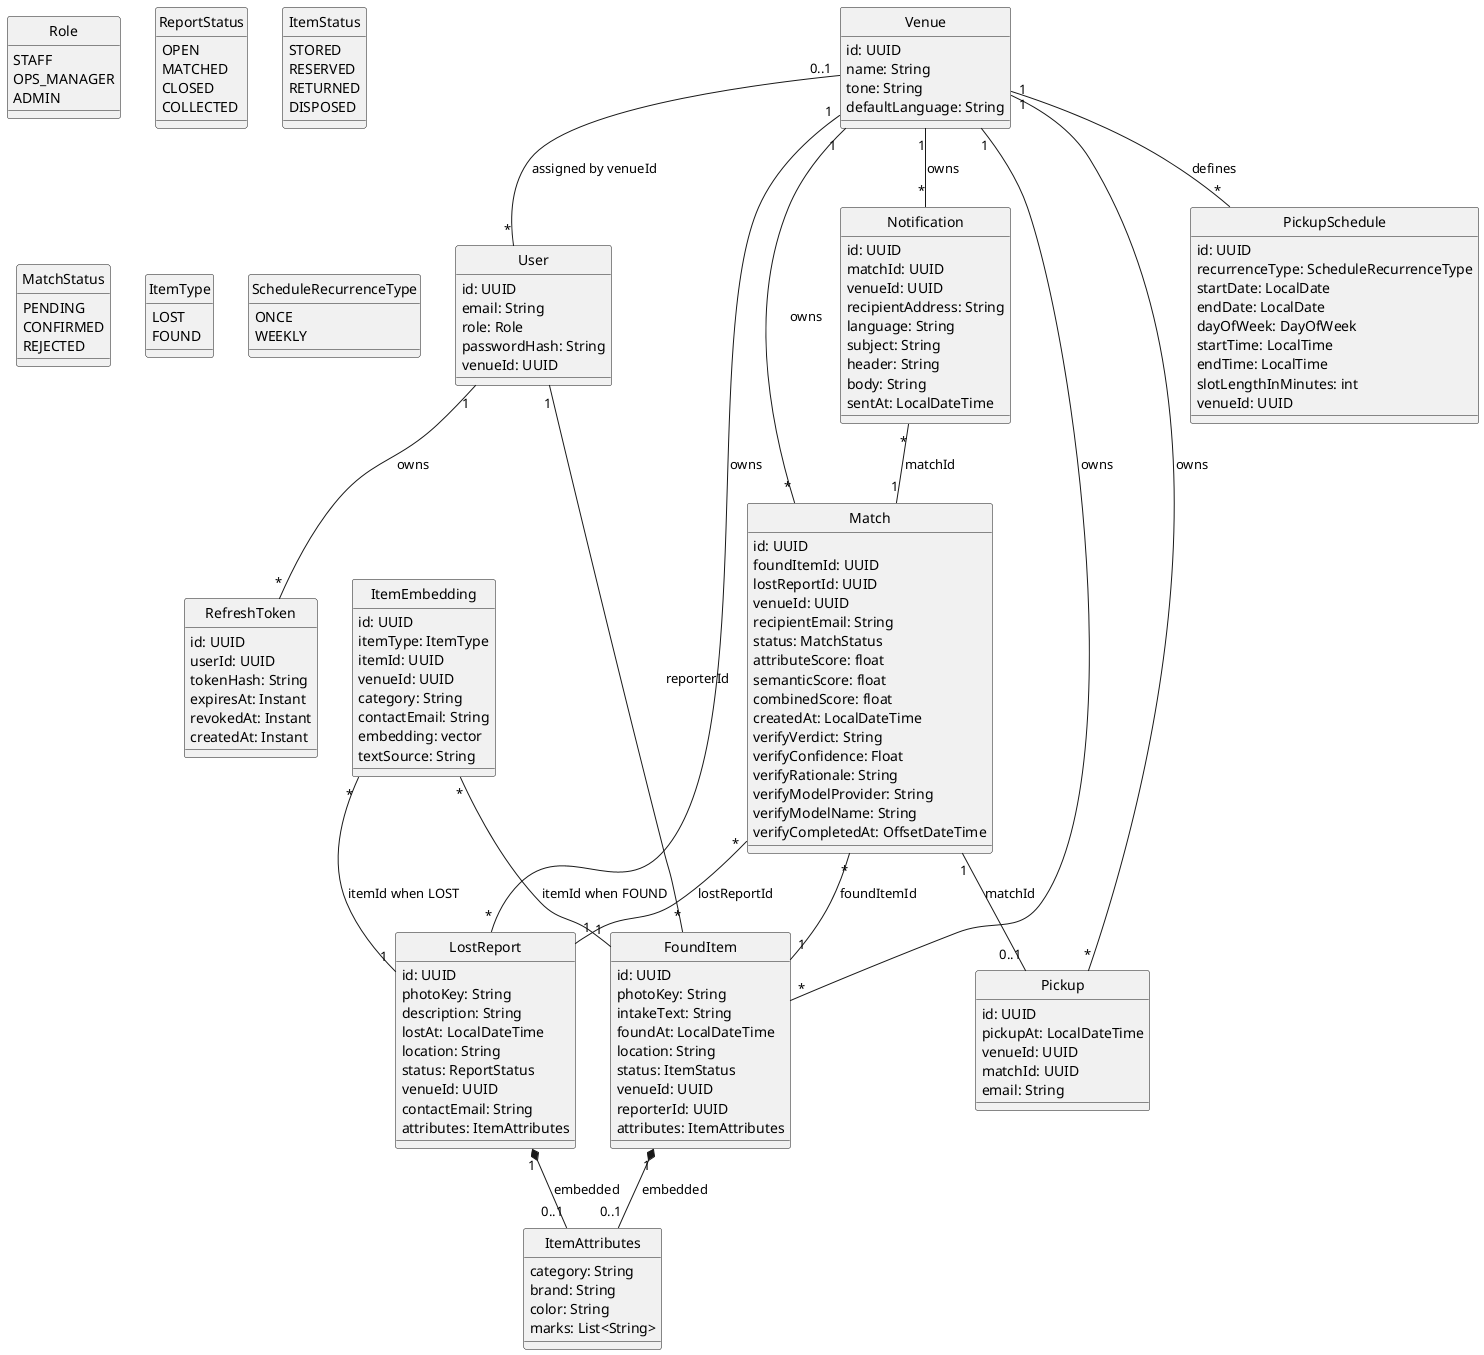
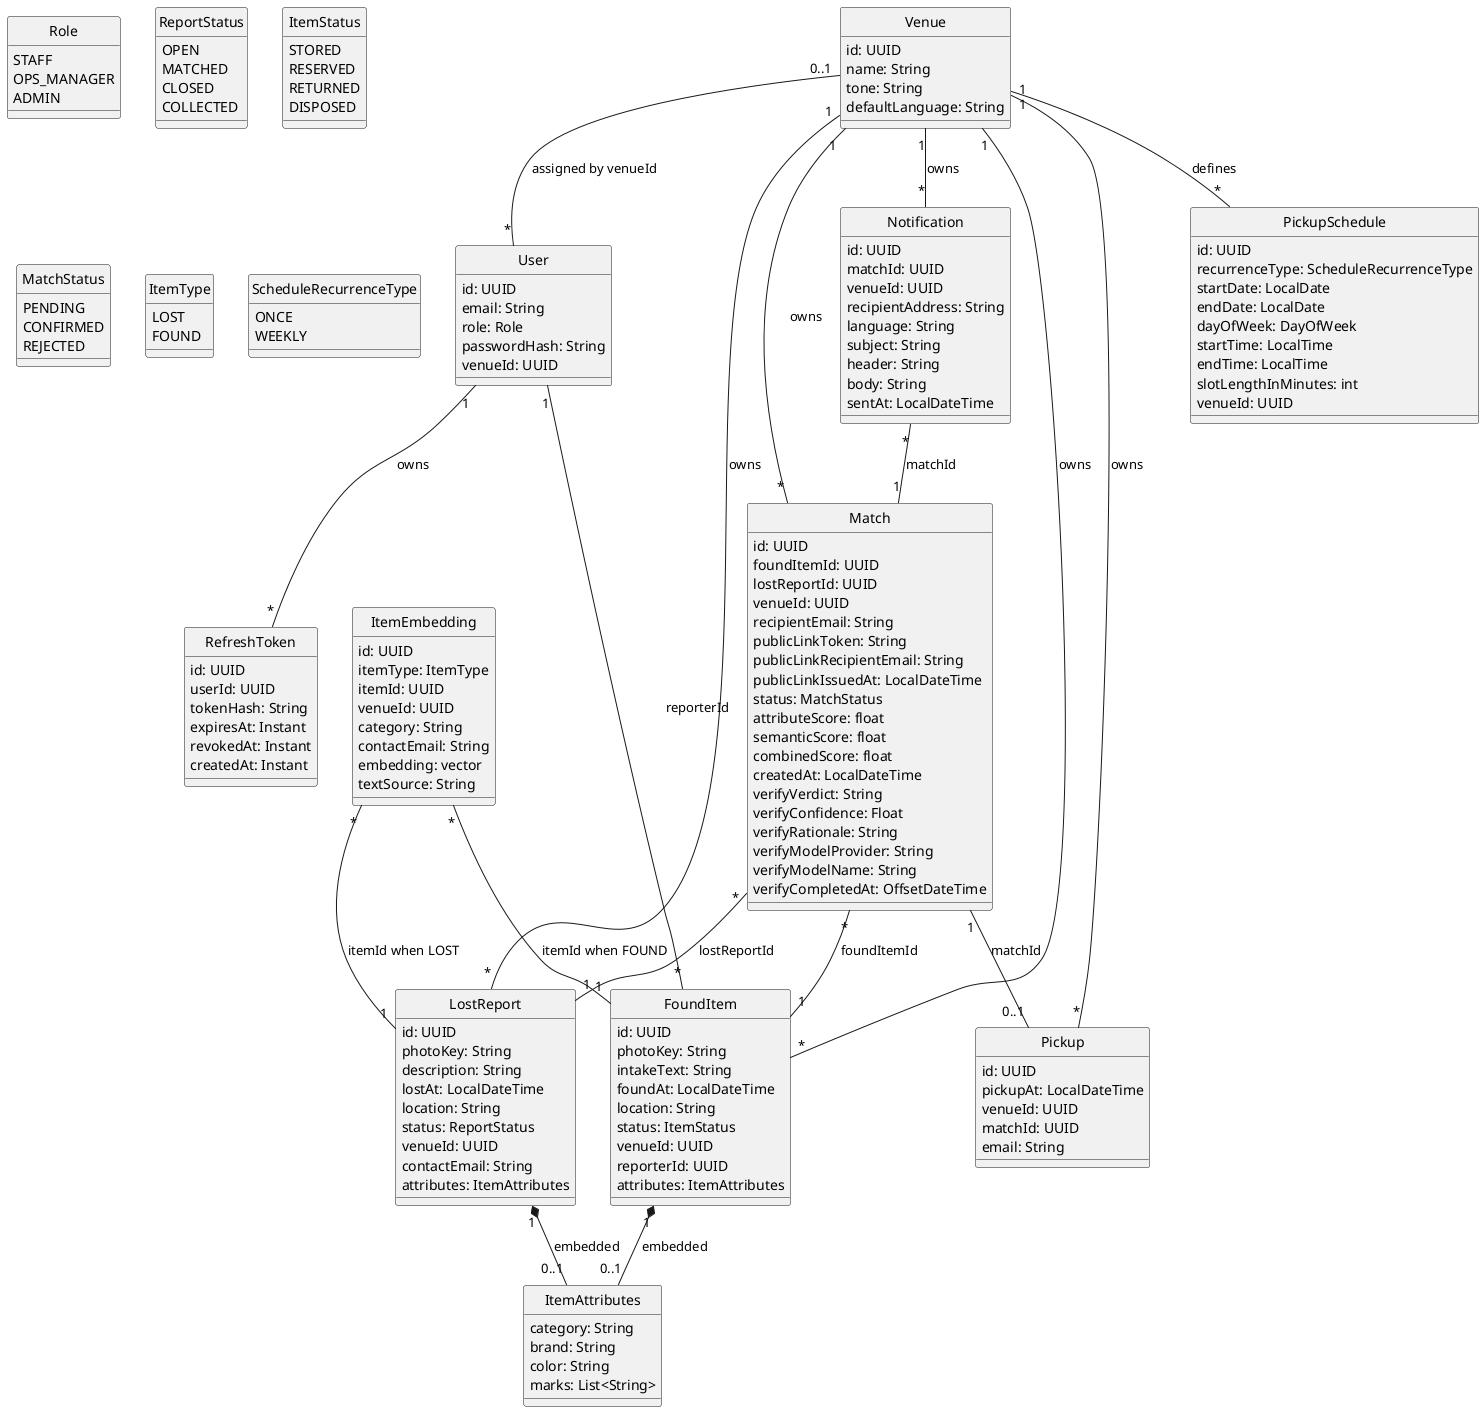
@startuml
skinparam classAttributeIconSize 0
hide circle

enum Role {
  STAFF
  OPS_MANAGER
  ADMIN
}

enum ReportStatus {
  OPEN
  MATCHED
  CLOSED
  COLLECTED
}

enum ItemStatus {
  STORED
  RESERVED
  RETURNED
  DISPOSED
}

enum MatchStatus {
  PENDING
  CONFIRMED
  REJECTED
}

enum ItemType {
  LOST
  FOUND
}

enum ScheduleRecurrenceType {
  ONCE
  WEEKLY
}

class Venue {
  id: UUID
  name: String
  tone: String
  defaultLanguage: String
}

class User {
  id: UUID
  email: String
  role: Role
  passwordHash: String
  venueId: UUID
}

class RefreshToken {
  id: UUID
  userId: UUID
  tokenHash: String
  expiresAt: Instant
  revokedAt: Instant
  createdAt: Instant
}

class ItemAttributes {
  category: String
  brand: String
  color: String
  marks: List<String>
}

class LostReport {
  id: UUID
  photoKey: String
  description: String
  lostAt: LocalDateTime
  location: String
  status: ReportStatus
  venueId: UUID
  contactEmail: String
  attributes: ItemAttributes
}

class FoundItem {
  id: UUID
  photoKey: String
  intakeText: String
  foundAt: LocalDateTime
  location: String
  status: ItemStatus
  venueId: UUID
  reporterId: UUID
  attributes: ItemAttributes
}

class Match {
  id: UUID
  foundItemId: UUID
  lostReportId: UUID
  venueId: UUID
  recipientEmail: String
+   publicLinkToken: String
+   publicLinkRecipientEmail: String
+   publicLinkIssuedAt: LocalDateTime
  status: MatchStatus
  attributeScore: float
  semanticScore: float
  combinedScore: float
  createdAt: LocalDateTime
  verifyVerdict: String
  verifyConfidence: Float
  verifyRationale: String
  verifyModelProvider: String
  verifyModelName: String
  verifyCompletedAt: OffsetDateTime
}

class ItemEmbedding {
  id: UUID
  itemType: ItemType
  itemId: UUID
  venueId: UUID
  category: String
  contactEmail: String
  embedding: vector
  textSource: String
}

class Notification {
  id: UUID
  matchId: UUID
  venueId: UUID
  recipientAddress: String
  language: String
  subject: String
  header: String
  body: String
  sentAt: LocalDateTime
}

class Pickup {
  id: UUID
  pickupAt: LocalDateTime
  venueId: UUID
  matchId: UUID
  email: String
}

class PickupSchedule {
  id: UUID
  recurrenceType: ScheduleRecurrenceType
  startDate: LocalDate
  endDate: LocalDate
  dayOfWeek: DayOfWeek
  startTime: LocalTime
  endTime: LocalTime
  slotLengthInMinutes: int
  venueId: UUID
}

Venue "0..1" -- "*" User : assigned by venueId
User "1" -- "*" RefreshToken : owns
Venue "1" -- "*" LostReport : owns
Venue "1" -- "*" FoundItem : owns
Venue "1" -- "*" Match : owns
Venue "1" -- "*" Notification : owns
Venue "1" -- "*" Pickup : owns
Venue "1" -- "*" PickupSchedule : defines

User "1" -- "*" FoundItem : reporterId

LostReport "1" *-- "0..1" ItemAttributes : embedded
FoundItem "1" *-- "0..1" ItemAttributes : embedded

Match "*" -- "1" FoundItem : foundItemId
Match "*" -- "1" LostReport : lostReportId
Match "1" -- "0..1" Pickup : matchId
Notification "*" -- "1" Match : matchId

ItemEmbedding "*" -- "1" LostReport : itemId when LOST
ItemEmbedding "*" -- "1" FoundItem : itemId when FOUND
@enduml
